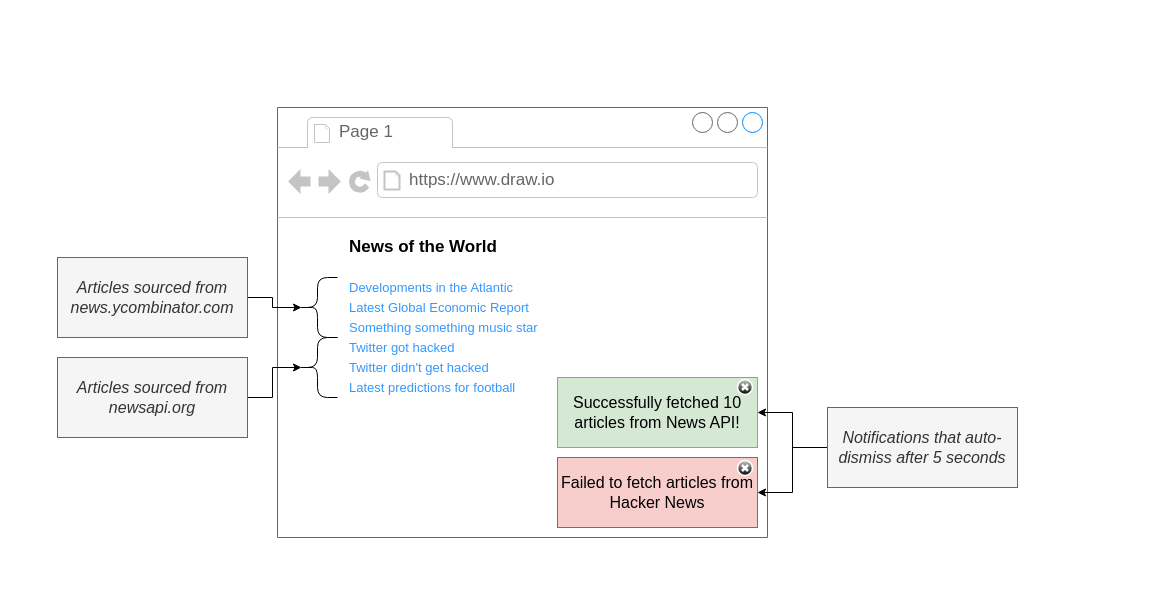
This is page "02 - souces" (2 of 8) of diagrams.drawio from StephenGrider/ng-casts, a draw.io file, before an edit. Source tidied: cells renumbered, new cells numbered last; positions are measured from the earlier drawing's top-left corner, leaving out a move shared by most shapes. Both pictures are drawn from the tidied source at 100%, with x=0, y=0 at pixel (57, 107).
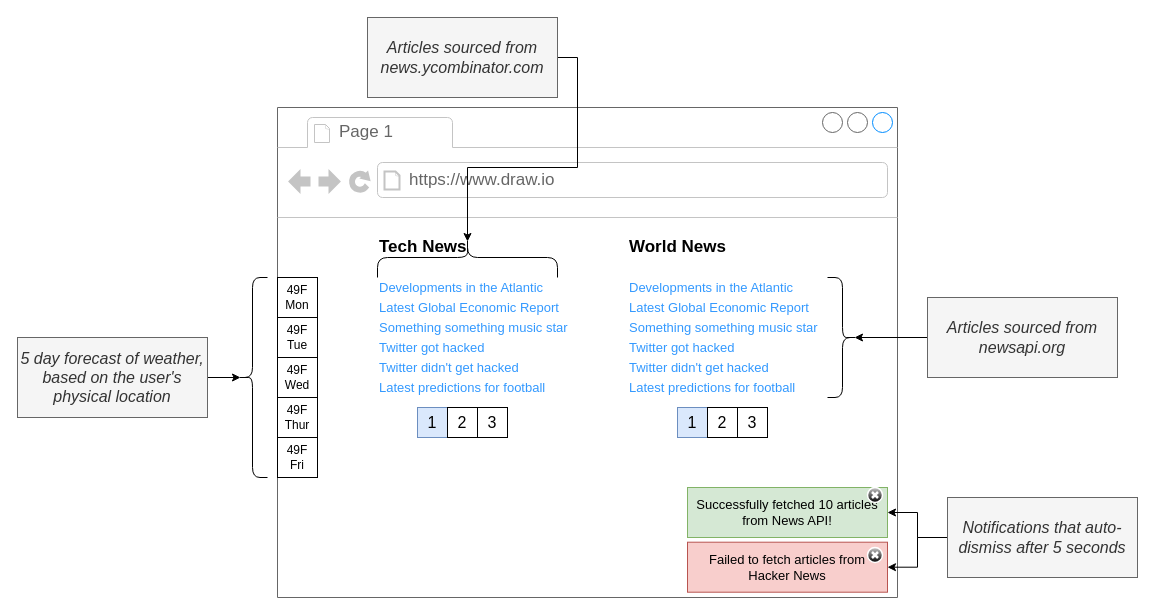
The same diagram, later.

What changed in the source:
```diff
@@
     <mxCell id="2" style="strokeWidth=1;shadow=0;dashed=0;align=center;html=1;shape=mxgraph.mockup.containers.browserWindow;rSize=0;strokeColor=#666666;strokeColor2=#008cff;strokeColor3=#c4c4c4;mainText=,;" parent="1" vertex="1">
-      <mxGeometry x="220" width="490" height="430" as="geometry" />
+      <mxGeometry x="220" width="620" height="490" as="geometry" />
     </mxCell>
@@
-    <mxCell id="5" value="News of the World" style="text;html=1;strokeColor=none;fillColor=none;align=left;verticalAlign=middle;whiteSpace=wrap;rounded=0;fontStyle=1;fontSize=17;" parent="2" vertex="1">
-      <mxGeometry x="70" y="130" width="230" height="20" as="geometry" />
-    </mxCell>
-    <mxCell id="6" value="Developments in the Atlantic" style="text;html=1;strokeColor=none;fillColor=none;align=left;verticalAlign=middle;whiteSpace=wrap;rounded=0;fontSize=13;fontColor=#3399FF;" parent="2" vertex="1">
-      <mxGeometry x="70" y="170" width="420" height="20" as="geometry" />
-    </mxCell>
-    <mxCell id="7" value="Latest Global Economic Report" style="text;html=1;strokeColor=none;fillColor=none;align=left;verticalAlign=middle;whiteSpace=wrap;rounded=0;fontSize=13;fontColor=#3399FF;" parent="2" vertex="1">
-      <mxGeometry x="70" y="190" width="420" height="20" as="geometry" />
-    </mxCell>
-    <mxCell id="8" value="Something something music star" style="text;html=1;strokeColor=none;fillColor=none;align=left;verticalAlign=middle;whiteSpace=wrap;rounded=0;fontSize=13;fontColor=#3399FF;" parent="2" vertex="1">
-      <mxGeometry x="70" y="210" width="420" height="20" as="geometry" />
-    </mxCell>
-    <mxCell id="9" value="Twitter got hacked" style="text;html=1;strokeColor=none;fillColor=none;align=left;verticalAlign=middle;whiteSpace=wrap;rounded=0;fontSize=13;fontColor=#3399FF;" parent="2" vertex="1">
-      <mxGeometry x="70" y="230" width="420" height="20" as="geometry" />
-    </mxCell>
-    <mxCell id="10" value="Twitter didn't get hacked" style="text;html=1;strokeColor=none;fillColor=none;align=left;verticalAlign=middle;whiteSpace=wrap;rounded=0;fontSize=13;fontColor=#3399FF;" parent="2" vertex="1">
-      <mxGeometry x="70" y="250" width="420" height="20" as="geometry" />
-    </mxCell>
-    <mxCell id="11" value="Latest predictions for football" style="text;html=1;strokeColor=none;fillColor=none;align=left;verticalAlign=middle;whiteSpace=wrap;rounded=0;fontSize=13;fontColor=#3399FF;" parent="2" vertex="1">
-      <mxGeometry x="70" y="270" width="420" height="20" as="geometry" />
-    </mxCell>
-    <mxCell id="12" style="shape=curlyBracket;whiteSpace=wrap;html=1;rounded=1;fontSize=13;fontColor=#3399FF;align=left;" parent="2" vertex="1">
-      <mxGeometry x="20" y="170" width="40" height="60" as="geometry" />
-    </mxCell>
-    <mxCell id="13" style="shape=curlyBracket;whiteSpace=wrap;html=1;rounded=1;fontSize=13;fontColor=#3399FF;align=left;" parent="2" vertex="1">
-      <mxGeometry x="20" y="230" width="40" height="60" as="geometry" />
-    </mxCell>
-    <mxCell id="14" value="Successfully fetched 10 articles from News API!" style="rounded=0;whiteSpace=wrap;html=1;fontSize=16;align=center;fillColor=#d5e8d4;strokeColor=#82b366;" parent="2" vertex="1">
-      <mxGeometry x="280" y="270" width="200" height="70" as="geometry" />
+    <mxCell id="14" value="Successfully fetched 10 articles from News API!" style="rounded=0;whiteSpace=wrap;html=1;fontSize=13;align=center;fillColor=#d5e8d4;strokeColor=#82b366;" parent="2" vertex="1">
+      <mxGeometry x="410" y="380" width="200" height="50" as="geometry" />
     </mxCell>
-    <mxCell id="15" value="Failed to fetch articles from Hacker News" style="rounded=0;whiteSpace=wrap;html=1;fontSize=16;align=center;fillColor=#f8cecc;strokeColor=#b85450;" parent="2" vertex="1">
-      <mxGeometry x="280" y="350" width="200" height="70" as="geometry" />
+    <mxCell id="15" value="Failed to fetch articles from Hacker News" style="rounded=0;whiteSpace=wrap;html=1;fontSize=13;align=center;fillColor=#f8cecc;strokeColor=#b85450;" parent="2" vertex="1">
+      <mxGeometry x="410" y="434.7" width="200" height="50" as="geometry" />
     </mxCell>
-    <mxCell id="16" style="verticalLabelPosition=bottom;verticalAlign=top;html=1;shadow=0;dashed=0;strokeWidth=1;shape=mxgraph.ios.iDeleteApp;fillColor=#cccccc;fillColor2=#000000;strokeColor=#ffffff;fontSize=16;fontColor=#000000;align=center;" parent="2" vertex="1">
-      <mxGeometry x="460" y="272" width="15" height="15" as="geometry" />
-    </mxCell>
     <mxCell id="17" style="verticalLabelPosition=bottom;verticalAlign=top;html=1;shadow=0;dashed=0;strokeWidth=1;shape=mxgraph.ios.iDeleteApp;fillColor=#cccccc;fillColor2=#000000;strokeColor=#ffffff;fontSize=16;fontColor=#000000;align=center;" parent="2" vertex="1">
-      <mxGeometry x="460" y="353" width="15" height="15" as="geometry" />
+      <mxGeometry x="590" y="440" width="15" height="15" as="geometry" />
     </mxCell>
-    <mxCell id="18" style="edgeStyle=orthogonalEdgeStyle;rounded=0;jettySize=auto;html=1;exitX=1;exitY=0.5;exitDx=0;exitDy=0;entryX=0.1;entryY=0.5;entryDx=0;entryDy=0;entryPerimeter=0;fontSize=16;fontColor=#000000;" parent="1" edge="1" source="19" target="12">
-      <mxGeometry relative="1" as="geometry" />
-    </mxCell>
+    <mxCell id="25" style="verticalLabelPosition=bottom;verticalAlign=top;html=1;shadow=0;dashed=0;strokeWidth=1;shape=mxgraph.ios.iDeleteApp;fillColor=#cccccc;fillColor2=#000000;strokeColor=#ffffff;fontSize=16;fontColor=#000000;align=center;" parent="2" vertex="1">
+      <mxGeometry x="590" y="380" width="15" height="15" as="geometry" />
+    </mxCell>
+    <mxCell id="26" style="shape=curlyBracket;whiteSpace=wrap;html=1;rounded=1;fontSize=13;fontColor=#000000;align=center;rotation=90;" parent="2" vertex="1">
+      <mxGeometry x="170" y="60" width="40" height="180" as="geometry" />
+    </mxCell>
+    <mxCell id="27" value="Tech News" style="text;html=1;strokeColor=none;fillColor=none;align=left;verticalAlign=middle;whiteSpace=wrap;rounded=0;fontStyle=1;fontSize=17;" parent="2" vertex="1">
+      <mxGeometry x="100" y="130" width="230" height="20" as="geometry" />
+    </mxCell>
+    <mxCell id="28" value="1" style="rounded=0;whiteSpace=wrap;html=1;fontSize=16;align=center;fillColor=#dae8fc;strokeColor=#6c8ebf;" parent="2" vertex="1">
+      <mxGeometry x="140" y="300" width="30" height="30" as="geometry" />
+    </mxCell>
+    <mxCell id="29" value="2" style="rounded=0;whiteSpace=wrap;html=1;fontSize=16;fontColor=#000000;align=center;" parent="2" vertex="1">
+      <mxGeometry x="170" y="300" width="30" height="30" as="geometry" />
+    </mxCell>
+    <mxCell id="30" value="3" style="rounded=0;whiteSpace=wrap;html=1;fontSize=16;fontColor=#000000;align=center;" parent="2" vertex="1">
+      <mxGeometry x="200" y="300" width="30" height="30" as="geometry" />
+    </mxCell>
+    <mxCell id="31" value="Developments in the Atlantic" style="text;html=1;strokeColor=none;fillColor=none;align=left;verticalAlign=middle;whiteSpace=wrap;rounded=0;fontSize=13;fontColor=#3399FF;" parent="2" vertex="1">
+      <mxGeometry x="100" y="170" width="420" height="20" as="geometry" />
+    </mxCell>
+    <mxCell id="32" value="Latest Global Economic Report" style="text;html=1;strokeColor=none;fillColor=none;align=left;verticalAlign=middle;whiteSpace=wrap;rounded=0;fontSize=13;fontColor=#3399FF;" parent="2" vertex="1">
+      <mxGeometry x="100" y="190" width="420" height="20" as="geometry" />
+    </mxCell>
+    <mxCell id="33" value="Something something music star" style="text;html=1;strokeColor=none;fillColor=none;align=left;verticalAlign=middle;whiteSpace=wrap;rounded=0;fontSize=13;fontColor=#3399FF;" parent="2" vertex="1">
+      <mxGeometry x="100" y="210" width="420" height="20" as="geometry" />
+    </mxCell>
+    <mxCell id="34" value="Twitter got hacked" style="text;html=1;strokeColor=none;fillColor=none;align=left;verticalAlign=middle;whiteSpace=wrap;rounded=0;fontSize=13;fontColor=#3399FF;" parent="2" vertex="1">
+      <mxGeometry x="100" y="230" width="420" height="20" as="geometry" />
+    </mxCell>
+    <mxCell id="35" value="Twitter didn't get hacked" style="text;html=1;strokeColor=none;fillColor=none;align=left;verticalAlign=middle;whiteSpace=wrap;rounded=0;fontSize=13;fontColor=#3399FF;" parent="2" vertex="1">
+      <mxGeometry x="100" y="250" width="420" height="20" as="geometry" />
+    </mxCell>
+    <mxCell id="36" value="Latest predictions for football" style="text;html=1;strokeColor=none;fillColor=none;align=left;verticalAlign=middle;whiteSpace=wrap;rounded=0;fontSize=13;fontColor=#3399FF;" parent="2" vertex="1">
+      <mxGeometry x="100" y="270" width="420" height="20" as="geometry" />
+    </mxCell>
+    <mxCell id="37" style="edgeStyle=orthogonalEdgeStyle;rounded=0;jettySize=auto;html=1;exitX=1;exitY=0.5;exitDx=0;exitDy=0;entryX=0.1;entryY=0.5;entryDx=0;entryDy=0;entryPerimeter=0;fontSize=13;fontColor=#000000;" parent="1" edge="1" source="19" target="26">
+      <mxGeometry relative="1" as="geometry" />
+    </mxCell>
     <mxCell id="19" value="Articles sourced from news.ycombinator.com" style="rounded=0;whiteSpace=wrap;html=1;fontSize=16;align=center;fillColor=#f5f5f5;strokeColor=#666666;fontColor=#333333;fontStyle=2;" parent="1" vertex="1">
-      <mxGeometry y="150" width="190" height="80" as="geometry" />
+      <mxGeometry x="310" y="-90" width="190" height="80" as="geometry" />
     </mxCell>
-    <mxCell id="20" style="edgeStyle=orthogonalEdgeStyle;rounded=0;jettySize=auto;html=1;exitX=1;exitY=0.5;exitDx=0;exitDy=0;entryX=0.1;entryY=0.5;entryDx=0;entryDy=0;entryPerimeter=0;fontSize=16;fontColor=#000000;" parent="1" edge="1" source="21" target="13">
-      <mxGeometry relative="1" as="geometry" />
-    </mxCell>
+    <mxCell id="38" style="edgeStyle=orthogonalEdgeStyle;rounded=0;jettySize=auto;html=1;exitX=0;exitY=0.5;exitDx=0;exitDy=0;entryX=0.1;entryY=0.5;entryDx=0;entryDy=0;entryPerimeter=0;fontSize=13;fontColor=#000000;" parent="1" edge="1" source="21" target="49">
+      <mxGeometry relative="1" as="geometry" />
+    </mxCell>
     <mxCell id="21" value="Articles sourced from newsapi.org" style="rounded=0;whiteSpace=wrap;html=1;fontSize=16;align=center;fillColor=#f5f5f5;strokeColor=#666666;fontColor=#333333;fontStyle=2;" parent="1" vertex="1">
-      <mxGeometry y="250" width="190" height="80" as="geometry" />
+      <mxGeometry x="870" y="190" width="190" height="80" as="geometry" />
     </mxCell>
@@
     <mxCell id="24" value="Notifications that auto-dismiss after 5 seconds" style="rounded=0;whiteSpace=wrap;html=1;fontSize=16;align=center;fillColor=#f5f5f5;strokeColor=#666666;fontColor=#333333;fontStyle=2;" parent="1" vertex="1">
-      <mxGeometry x="770" y="300" width="190" height="80" as="geometry" />
+      <mxGeometry x="890" y="390" width="190" height="80" as="geometry" />
     </mxCell>
+    <mxCell id="39" value="World News" style="text;html=1;strokeColor=none;fillColor=none;align=left;verticalAlign=middle;whiteSpace=wrap;rounded=0;fontStyle=1;fontSize=17;" parent="1" vertex="1">
+      <mxGeometry x="570" y="130" width="230" height="20" as="geometry" />
+    </mxCell>
+    <mxCell id="40" value="Developments in the Atlantic" style="text;html=1;strokeColor=none;fillColor=none;align=left;verticalAlign=middle;whiteSpace=wrap;rounded=0;fontSize=13;fontColor=#3399FF;" parent="1" vertex="1">
+      <mxGeometry x="570" y="170" width="200" height="20" as="geometry" />
+    </mxCell>
+    <mxCell id="41" value="Latest Global Economic Report" style="text;html=1;strokeColor=none;fillColor=none;align=left;verticalAlign=middle;whiteSpace=wrap;rounded=0;fontSize=13;fontColor=#3399FF;" parent="1" vertex="1">
+      <mxGeometry x="570" y="190" width="200" height="20" as="geometry" />
+    </mxCell>
+    <mxCell id="42" value="Something something music star" style="text;html=1;strokeColor=none;fillColor=none;align=left;verticalAlign=middle;whiteSpace=wrap;rounded=0;fontSize=13;fontColor=#3399FF;" parent="1" vertex="1">
+      <mxGeometry x="570" y="210" width="200" height="20" as="geometry" />
+    </mxCell>
+    <mxCell id="43" value="Twitter got hacked" style="text;html=1;strokeColor=none;fillColor=none;align=left;verticalAlign=middle;whiteSpace=wrap;rounded=0;fontSize=13;fontColor=#3399FF;" parent="1" vertex="1">
+      <mxGeometry x="570" y="230" width="200" height="20" as="geometry" />
+    </mxCell>
+    <mxCell id="44" value="Twitter didn't get hacked" style="text;html=1;strokeColor=none;fillColor=none;align=left;verticalAlign=middle;whiteSpace=wrap;rounded=0;fontSize=13;fontColor=#3399FF;" parent="1" vertex="1">
+      <mxGeometry x="570" y="250" width="200" height="20" as="geometry" />
+    </mxCell>
+    <mxCell id="45" value="Latest predictions for football" style="text;html=1;strokeColor=none;fillColor=none;align=left;verticalAlign=middle;whiteSpace=wrap;rounded=0;fontSize=13;fontColor=#3399FF;" parent="1" vertex="1">
+      <mxGeometry x="570" y="270" width="200" height="20" as="geometry" />
+    </mxCell>
+    <mxCell id="46" value="1" style="rounded=0;whiteSpace=wrap;html=1;fontSize=16;align=center;fillColor=#dae8fc;strokeColor=#6c8ebf;" parent="1" vertex="1">
+      <mxGeometry x="620" y="300" width="30" height="30" as="geometry" />
+    </mxCell>
+    <mxCell id="47" value="2" style="rounded=0;whiteSpace=wrap;html=1;fontSize=16;fontColor=#000000;align=center;" parent="1" vertex="1">
+      <mxGeometry x="650" y="300" width="30" height="30" as="geometry" />
+    </mxCell>
+    <mxCell id="48" value="3" style="rounded=0;whiteSpace=wrap;html=1;fontSize=16;fontColor=#000000;align=center;" parent="1" vertex="1">
+      <mxGeometry x="680" y="300" width="30" height="30" as="geometry" />
+    </mxCell>
+    <mxCell id="49" style="shape=curlyBracket;whiteSpace=wrap;html=1;rounded=1;fontSize=13;fontColor=#000000;align=center;rotation=-180;" parent="1" vertex="1">
+      <mxGeometry x="770" y="170" width="30" height="120" as="geometry" />
+    </mxCell>
+    <mxCell id="50" value="49F&lt;br style=&quot;font-size: 12px;&quot;&gt;Mon" style="rounded=0;whiteSpace=wrap;html=1;fontSize=12;fontColor=#000000;align=center;" parent="1" vertex="1">
+      <mxGeometry x="220" y="170" width="40" height="40" as="geometry" />
+    </mxCell>
+    <mxCell id="51" value="49F&lt;br style=&quot;font-size: 12px;&quot;&gt;Tue" style="rounded=0;whiteSpace=wrap;html=1;fontSize=12;fontColor=#000000;align=center;" parent="1" vertex="1">
+      <mxGeometry x="220" y="210" width="40" height="40" as="geometry" />
+    </mxCell>
+    <mxCell id="52" value="49F&lt;br style=&quot;font-size: 12px;&quot;&gt;Wed" style="rounded=0;whiteSpace=wrap;html=1;fontSize=12;fontColor=#000000;align=center;" parent="1" vertex="1">
+      <mxGeometry x="220" y="250" width="40" height="40" as="geometry" />
+    </mxCell>
+    <mxCell id="53" value="49F&lt;br style=&quot;font-size: 12px;&quot;&gt;Thur" style="rounded=0;whiteSpace=wrap;html=1;fontSize=12;fontColor=#000000;align=center;" parent="1" vertex="1">
+      <mxGeometry x="220" y="290" width="40" height="40" as="geometry" />
+    </mxCell>
+    <mxCell id="54" value="49F&lt;br style=&quot;font-size: 12px;&quot;&gt;Fri" style="rounded=0;whiteSpace=wrap;html=1;fontSize=12;fontColor=#000000;align=center;" parent="1" vertex="1">
+      <mxGeometry x="220" y="330" width="40" height="40" as="geometry" />
+    </mxCell>
+    <mxCell id="55" style="shape=curlyBracket;whiteSpace=wrap;html=1;rounded=1;fontSize=13;fontColor=#000000;align=center;rotation=0;" parent="1" vertex="1">
+      <mxGeometry x="180" y="170" width="30" height="200" as="geometry" />
+    </mxCell>
+    <mxCell id="56" style="edgeStyle=orthogonalEdgeStyle;rounded=0;jettySize=auto;html=1;exitX=1;exitY=0.5;exitDx=0;exitDy=0;entryX=0.1;entryY=0.5;entryDx=0;entryDy=0;entryPerimeter=0;fontSize=12;fontColor=#000000;" parent="1" edge="1" source="57" target="55">
+      <mxGeometry relative="1" as="geometry" />
+    </mxCell>
+    <mxCell id="57" value="5 day forecast of weather, based on the user's physical location" style="rounded=0;whiteSpace=wrap;html=1;fontSize=16;align=center;fillColor=#f5f5f5;strokeColor=#666666;fontColor=#333333;fontStyle=2;" parent="1" vertex="1">
+      <mxGeometry x="-40" y="230" width="190" height="80" as="geometry" />
+    </mxCell>
```
